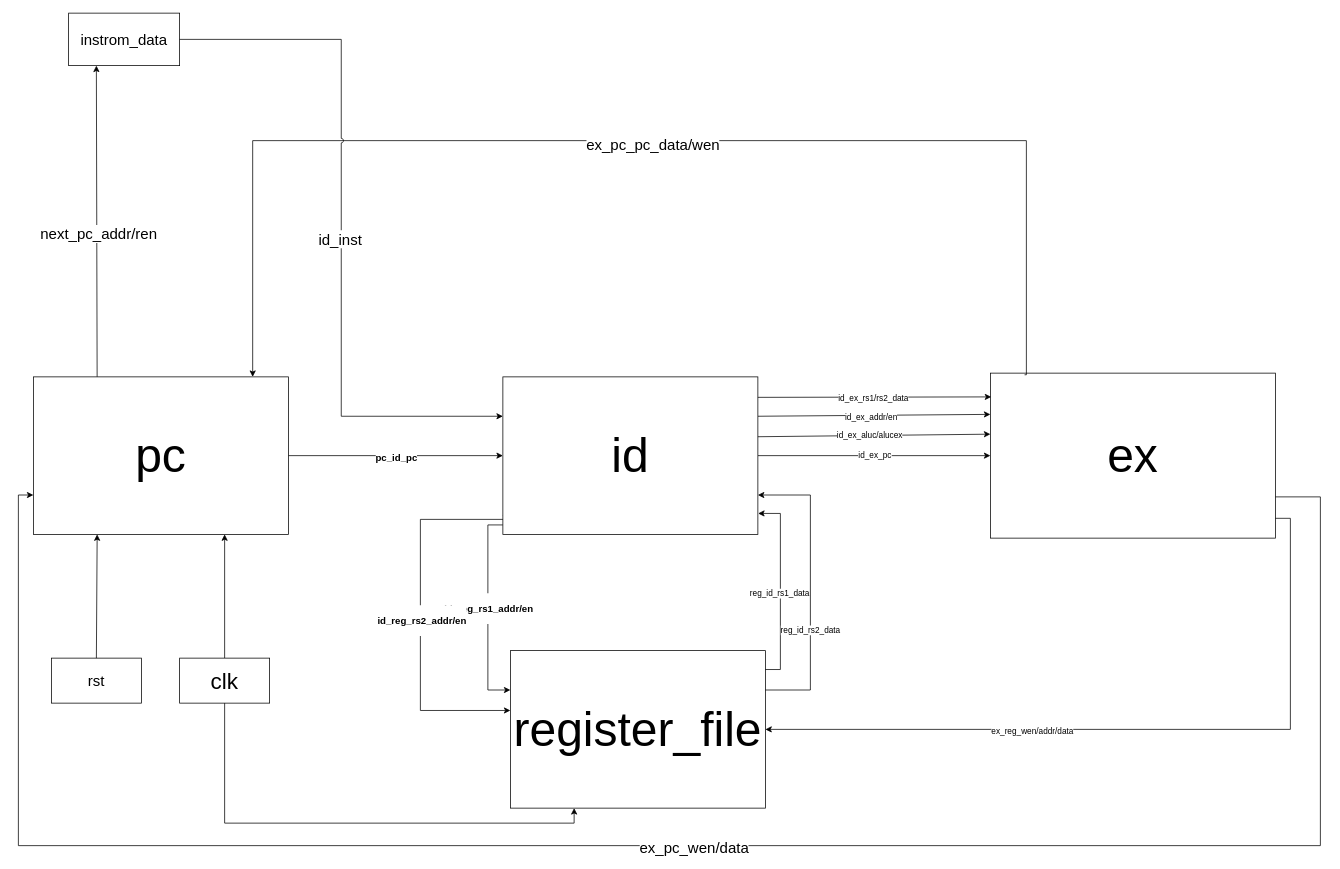
Above: 流程图.drawio in jay101-STAR/graduation_project (draw.io), before the change. Source tidied: cells renumbered, new cells numbered last; positions are measured from the earlier drawing's top-left corner, leaving out a move shared by most shapes. Both pictures are drawn from the tidied source at 75%, with x=0, y=0 at pixel (18, 13).
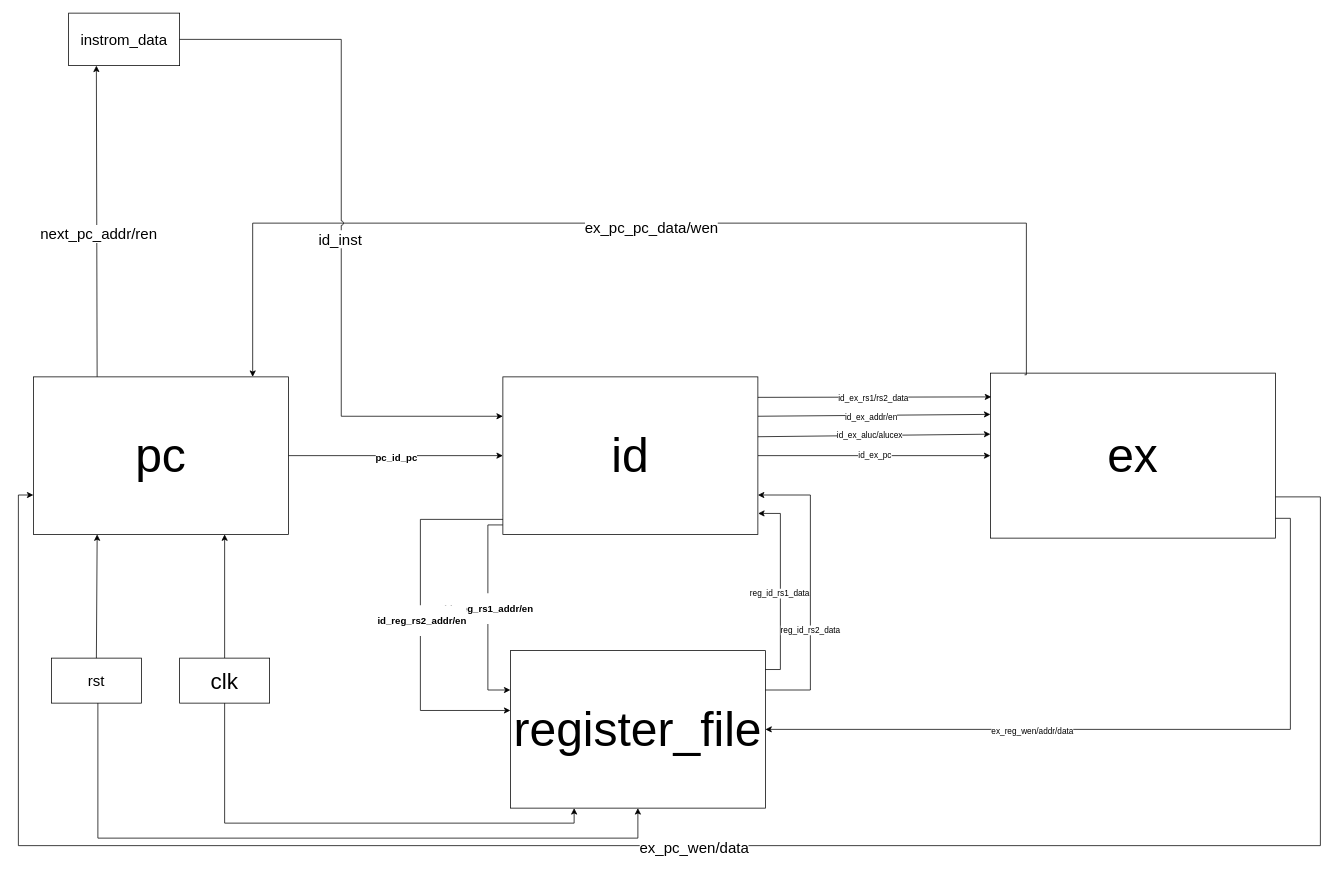
Above is the later version.

Commit message:
更新流程图.drawio

Unchanged cells that the change refers to:
```xml
<mxCell id="6" value="&lt;font style=&quot;font-size: 64px; background-color: light-dark(#ffffff, var(--ge-dark-color, #121212));&quot;&gt;pc&lt;/font&gt;" style="rounded=0;whiteSpace=wrap;html=1;points=[[0,0,0,0,0],[0,0.25,0,0,0],[0,0.5,0,0,0],[0,0.75,0,0,0],[0,1,0,0,0],[0.25,0,0,0,0],[0.25,1,0,0,0],[0.5,0,0,0,0],[0.5,1,0,0,0],[0.62,0.01,0,0,0],[0.75,0,0,0,0],[0.75,1,0,0,0],[0.86,0,0,0,0],[1,0,0,0,0],[1,0.13,0,0,0],[1,0.25,0,0,0],[1,0.38,0,0,0],[1,0.5,0,0,0],[1,0.64,0,0,0],[1,0.75,0,0,0],[1,0.88,0,0,0],[1,1,0,0,0]];" parent="1" vertex="1">
  <mxGeometry x="20" y="485" width="340" height="210" as="geometry" />
</mxCell>
<mxCell id="16" value="&lt;font style=&quot;font-size: 64px;&quot;&gt;ex&lt;/font&gt;" style="rounded=0;whiteSpace=wrap;html=1;points=[[0,0,0,0,0],[0,0.12,0,0,0],[0,0.25,0,0,0],[0,0.37,0,0,0],[0,0.5,0,0,0],[0,0.75,0,0,0],[0,1,0,0,0],[0.12,0.01,0,0,0],[0.25,0,0,0,0],[0.25,1,0,0,0],[0.36,0.01,0,0,0],[0.5,0,0,0,0],[0.5,1,0,0,0],[0.63,0,0,0,-2],[0.75,0,0,0,0],[0.75,1,0,0,0],[0.88,0,0,0,-2],[1,0,0,0,0],[1,0.11,0,0,0],[1,0.25,0,0,0],[1,0.36,0,0,0],[1,0.5,0,0,0],[1,0.63,0,0,0],[1,0.75,0,0,0],[1,0.88,0,0,0],[1,1,0,0,0]];" parent="1" vertex="1">
  <mxGeometry x="1296" y="480" width="380" height="220" as="geometry" />
</mxCell>
<mxCell id="17" value="&lt;font style=&quot;font-size: 64px;&quot;&gt;register_file&lt;/font&gt;" style="rounded=0;whiteSpace=wrap;html=1;points=[[0,0,0,0,0],[0,0.12,0,0,0],[0,0.25,0,0,0],[0,0.38,0,0,0],[0,0.5,0,0,0],[0,0.75,0,0,0],[0,1,0,0,0],[0.25,0,0,0,0],[0.25,1,0,0,0],[0.5,0,0,0,0],[0.5,1,0,0,0],[0.75,0,0,0,0],[0.75,1,0,0,0],[1,0,0,0,0],[1,0.12,0,0,0],[1,0.25,0,0,0],[1,0.36,0,0,0],[1,0.5,0,0,0],[1,0.75,0,0,0],[1,1,0,0,0]];" parent="1" vertex="1">
  <mxGeometry x="656" y="850" width="340" height="210" as="geometry" />
</mxCell>
<mxCell id="34" value="&lt;font style=&quot;font-size: 20px;&quot;&gt;rst&lt;/font&gt;" style="whiteSpace=wrap;html=1;" parent="1" vertex="1">
  <mxGeometry x="44" y="860" width="120" height="60" as="geometry" />
</mxCell>
```

The edit, as a diff of the source:
```diff
@@
     <mxCell id="31" style="edgeStyle=orthogonalEdgeStyle;rounded=0;jettySize=auto;html=1;exitX=0.12;exitY=0.01;exitDx=0;exitDy=0;exitPerimeter=0;entryX=0.86;entryY=0;entryDx=0;entryDy=0;entryPerimeter=0;jumpStyle=arc;" parent="1" edge="1" source="16" target="6">
       <mxGeometry relative="1" as="geometry">
         <Array as="points">
           <mxPoint x="1344" y="482" />
-          <mxPoint x="1344" y="170" />
-          <mxPoint x="312" y="170" />
+          <mxPoint x="1344" y="280" />
+          <mxPoint x="312" y="280" />
         </Array>
       </mxGeometry>
     </mxCell>
@@
+    <mxCell id="40" style="edgeStyle=orthogonalEdgeStyle;rounded=0;jettySize=auto;html=1;entryX=0.5;entryY=1;entryDx=0;entryDy=0;entryPerimeter=0;" parent="1" edge="1" source="34" target="17">
+      <mxGeometry relative="1" as="geometry">
+        <Array as="points">
+          <mxPoint x="106" y="1100" />
+          <mxPoint x="826" y="1100" />
+        </Array>
+      </mxGeometry>
+    </mxCell>
```
